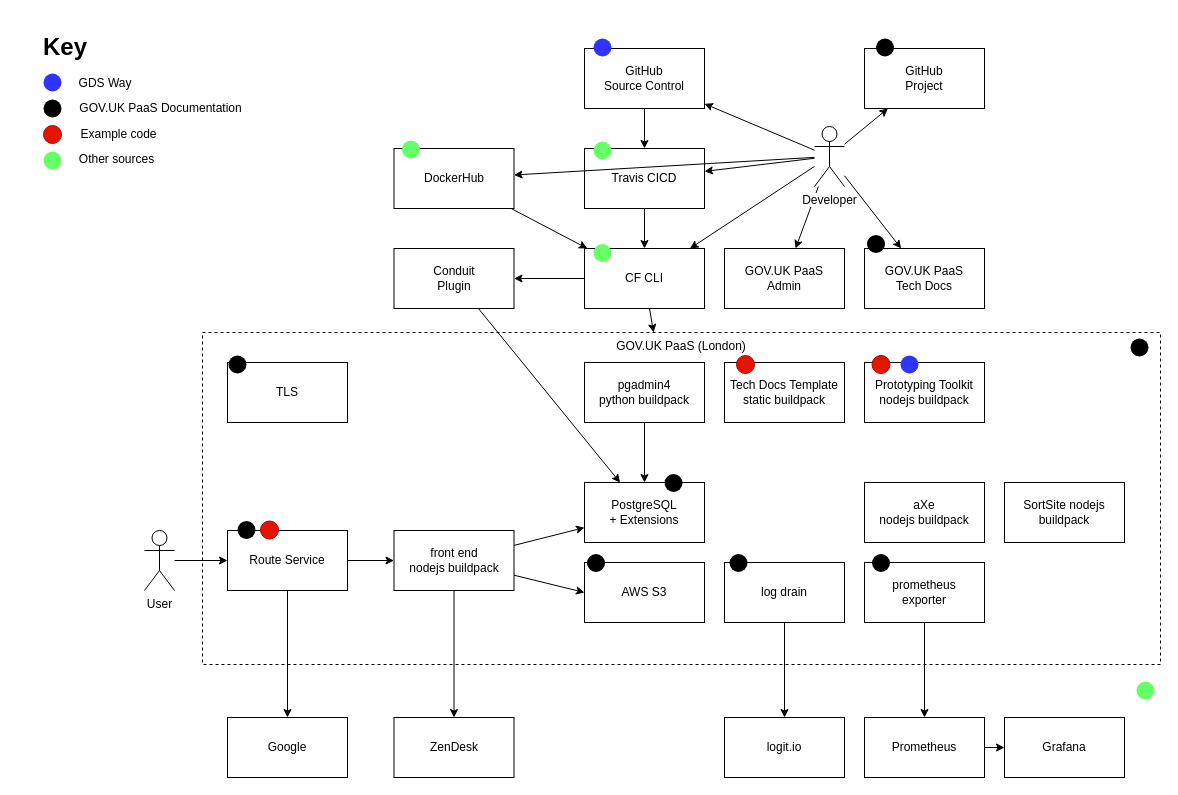
alphagov/accessibility-monitoring keeps this draw.io diagram as page "Sketch" (1 of 2) of docs/architecture/diagrams/paas-hosting.drawio. Above is the earlier version. Source tidied: cells renumbered, new cells numbered last; positions are measured from the earlier drawing's top-left corner, leaving out a move shared by most shapes. Both pictures are drawn from the tidied source at 100%, with x=0, y=0 at pixel (17, 27).
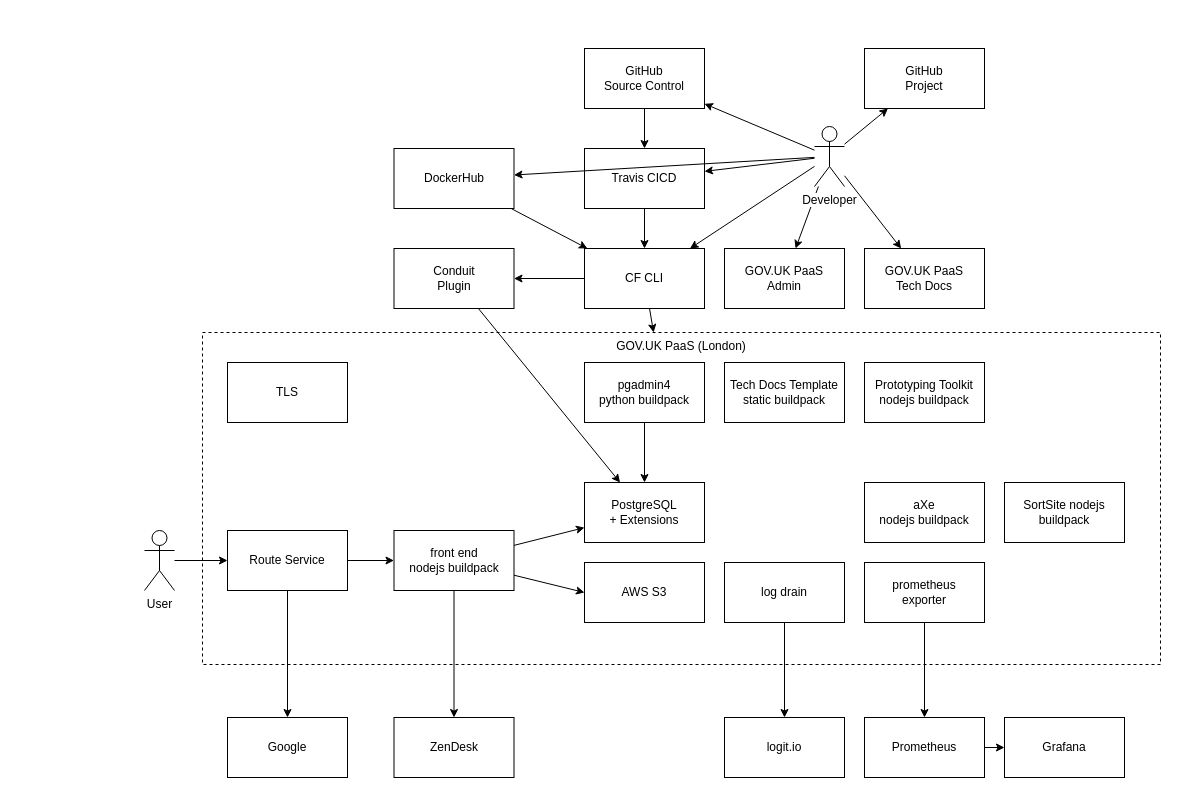
Above is the later version.

Change to the diagram source:
```diff
@@
-    <mxCell id="53" parent="0" />
-    <mxCell id="54" style="ellipse;whiteSpace=wrap;html=1;shadow=0;strokeColor=#B20000;fillColor=#e51400;fontFamily=Lucida Console;fontSize=12;fontColor=#ffffff;align=left;labelPosition=right;verticalLabelPosition=middle;verticalAlign=middle;" parent="53" vertex="1">
-      <mxGeometry x="719" y="328" width="18" height="18" as="geometry" />
-    </mxCell>
-    <mxCell id="55" style="ellipse;whiteSpace=wrap;html=1;shadow=0;strokeColor=#B20000;fillColor=#e51400;fontFamily=Lucida Console;fontSize=12;fontColor=#ffffff;align=left;labelPosition=right;verticalLabelPosition=middle;verticalAlign=middle;" parent="53" vertex="1">
-      <mxGeometry x="854.5" y="328" width="18" height="18" as="geometry" />
-    </mxCell>
-    <mxCell id="56" style="ellipse;whiteSpace=wrap;html=1;shadow=0;strokeColor=none;fillColor=#000000;fontFamily=Lucida Console;fontSize=12;fontColor=#ffffff;align=left;labelPosition=right;verticalLabelPosition=middle;verticalAlign=middle;" parent="53" vertex="1">
-      <mxGeometry x="858.5" y="11" width="18" height="18" as="geometry" />
-    </mxCell>
-    <mxCell id="57" style="ellipse;whiteSpace=wrap;html=1;shadow=0;strokeColor=none;fillColor=#000000;fontFamily=Lucida Console;fontSize=12;fontColor=#ffffff;align=left;labelPosition=right;verticalLabelPosition=middle;verticalAlign=middle;" parent="53" vertex="1">
-      <mxGeometry x="849.5" y="207.5" width="18" height="18" as="geometry" />
-    </mxCell>
-    <mxCell id="58" style="ellipse;whiteSpace=wrap;html=1;shadow=0;strokeColor=none;fillColor=#000000;fontFamily=Lucida Console;fontSize=12;fontColor=#ffffff;align=left;labelPosition=right;verticalLabelPosition=middle;verticalAlign=middle;" parent="53" vertex="1">
-      <mxGeometry x="647" y="446.5" width="18" height="18" as="geometry" />
-    </mxCell>
-    <mxCell id="59" style="ellipse;whiteSpace=wrap;html=1;shadow=0;strokeColor=none;fillColor=#3333FF;fontFamily=Lucida Console;fontSize=12;fontColor=#ffffff;align=left;labelPosition=right;verticalLabelPosition=middle;verticalAlign=middle;" parent="53" vertex="1">
-      <mxGeometry x="883" y="328" width="18" height="18" as="geometry" />
-    </mxCell>
-    <mxCell id="60" style="ellipse;whiteSpace=wrap;html=1;shadow=0;strokeColor=none;fillColor=#3333FF;fontFamily=Lucida Console;fontSize=12;fontColor=#ffffff;align=left;labelPosition=right;verticalLabelPosition=middle;verticalAlign=middle;" parent="53" vertex="1">
-      <mxGeometry x="576" y="11" width="18" height="18" as="geometry" />
-    </mxCell>
-    <mxCell id="61" value="&lt;h1&gt;Key&lt;/h1&gt;" style="text;html=1;strokeColor=none;fillColor=none;spacing=5;spacingTop=-20;whiteSpace=wrap;overflow=hidden;rounded=0;" parent="53" vertex="1">
-      <mxGeometry x="21" y="-0.5" width="190" height="41" as="geometry" />
-    </mxCell>
-    <mxCell id="62" value="GOV.UK PaaS Documentation" style="text;html=1;strokeColor=none;fillColor=none;align=center;verticalAlign=middle;whiteSpace=wrap;rounded=0;" parent="53" vertex="1">
-      <mxGeometry x="44" y="71" width="199" height="20" as="geometry" />
-    </mxCell>
-    <mxCell id="63" value="Example code" style="text;html=1;strokeColor=none;fillColor=none;align=center;verticalAlign=middle;whiteSpace=wrap;rounded=0;" parent="53" vertex="1">
-      <mxGeometry x="2" y="97" width="199" height="20" as="geometry" />
-    </mxCell>
-    <mxCell id="64" value="Other sources" style="text;html=1;strokeColor=none;fillColor=none;align=center;verticalAlign=middle;whiteSpace=wrap;rounded=0;" parent="53" vertex="1">
-      <mxGeometry y="122" width="199" height="20" as="geometry" />
-    </mxCell>
-    <mxCell id="65" style="ellipse;whiteSpace=wrap;html=1;shadow=0;strokeColor=none;fillColor=#000000;fontFamily=Lucida Console;fontSize=12;fontColor=#ffffff;align=left;labelPosition=right;verticalLabelPosition=middle;verticalAlign=middle;" parent="53" vertex="1">
-      <mxGeometry x="211" y="328" width="18" height="18" as="geometry" />
-    </mxCell>
-    <mxCell id="66" style="ellipse;whiteSpace=wrap;html=1;shadow=0;strokeColor=none;fillColor=#000000;fontFamily=Lucida Console;fontSize=12;fontColor=#ffffff;align=left;labelPosition=right;verticalLabelPosition=middle;verticalAlign=middle;" parent="53" vertex="1">
-      <mxGeometry x="569.5" y="526.5" width="18" height="18" as="geometry" />
-    </mxCell>
-    <mxCell id="67" style="ellipse;whiteSpace=wrap;html=1;shadow=0;strokeColor=none;fillColor=#000000;fontFamily=Lucida Console;fontSize=12;fontColor=#ffffff;align=left;labelPosition=right;verticalLabelPosition=middle;verticalAlign=middle;" parent="53" vertex="1">
-      <mxGeometry x="220" y="493.5" width="18" height="18" as="geometry" />
-    </mxCell>
-    <mxCell id="68" style="ellipse;whiteSpace=wrap;html=1;shadow=0;strokeColor=#B20000;fillColor=#e51400;fontFamily=Lucida Console;fontSize=12;fontColor=#ffffff;align=left;labelPosition=right;verticalLabelPosition=middle;verticalAlign=middle;" parent="53" vertex="1">
-      <mxGeometry x="243" y="493.5" width="18" height="18" as="geometry" />
-    </mxCell>
-    <mxCell id="69" style="ellipse;whiteSpace=wrap;html=1;shadow=0;strokeColor=none;fillColor=#000000;fontFamily=Lucida Console;fontSize=12;fontColor=#ffffff;align=left;labelPosition=right;verticalLabelPosition=middle;verticalAlign=middle;" parent="53" vertex="1">
-      <mxGeometry x="854.5" y="526.5" width="18" height="18" as="geometry" />
-    </mxCell>
-    <mxCell id="70" style="ellipse;whiteSpace=wrap;html=1;shadow=0;strokeColor=none;fillColor=#000000;fontFamily=Lucida Console;fontSize=12;fontColor=#ffffff;align=left;labelPosition=right;verticalLabelPosition=middle;verticalAlign=middle;" parent="53" vertex="1">
-      <mxGeometry x="712" y="526.5" width="18" height="18" as="geometry" />
-    </mxCell>
-    <mxCell id="71" value="GDS WAY" style="ellipse;whiteSpace=wrap;html=1;shadow=0;strokeColor=none;fillColor=#3333FF;fontFamily=Lucida Console;fontSize=12;fontColor=#ffffff;align=left;labelPosition=right;verticalLabelPosition=middle;verticalAlign=middle;" parent="53" vertex="1">
-      <mxGeometry x="26" y="46" width="18" height="18" as="geometry" />
-    </mxCell>
-    <mxCell id="72" value="GDS Way" style="text;html=1;strokeColor=none;fillColor=none;align=center;verticalAlign=middle;whiteSpace=wrap;rounded=0;" parent="53" vertex="1">
-      <mxGeometry x="16" y="46" width="144" height="20" as="geometry" />
-    </mxCell>
-    <mxCell id="73" style="ellipse;whiteSpace=wrap;html=1;shadow=0;strokeColor=none;fillColor=#000000;fontFamily=Lucida Console;fontSize=12;fontColor=#ffffff;align=left;labelPosition=right;verticalLabelPosition=middle;verticalAlign=middle;" parent="53" vertex="1">
-      <mxGeometry x="26" y="72" width="18" height="18" as="geometry" />
-    </mxCell>
-    <mxCell id="74" style="ellipse;whiteSpace=wrap;html=1;shadow=0;strokeColor=#B20000;fillColor=#e51400;fontFamily=Lucida Console;fontSize=12;fontColor=#ffffff;align=left;labelPosition=right;verticalLabelPosition=middle;verticalAlign=middle;" parent="53" vertex="1">
-      <mxGeometry x="26" y="98" width="18" height="18" as="geometry" />
-    </mxCell>
-    <mxCell id="75" style="ellipse;whiteSpace=wrap;html=1;shadow=0;strokeColor=none;fillColor=#66FF66;fontFamily=Lucida Console;fontSize=12;fontColor=#ffffff;align=left;labelPosition=right;verticalLabelPosition=middle;verticalAlign=middle;" parent="53" vertex="1">
-      <mxGeometry x="26" y="124" width="18" height="18" as="geometry" />
-    </mxCell>
-    <mxCell id="76" style="ellipse;whiteSpace=wrap;html=1;shadow=0;strokeColor=none;fillColor=#66FF66;fontFamily=Lucida Console;fontSize=12;fontColor=#ffffff;align=left;labelPosition=right;verticalLabelPosition=middle;verticalAlign=middle;" parent="53" vertex="1">
-      <mxGeometry x="576" y="216.5" width="18" height="18" as="geometry" />
-    </mxCell>
-    <mxCell id="77" style="ellipse;whiteSpace=wrap;html=1;shadow=0;strokeColor=none;fillColor=#66FF66;fontFamily=Lucida Console;fontSize=12;fontColor=#ffffff;align=left;labelPosition=right;verticalLabelPosition=middle;verticalAlign=middle;" parent="53" vertex="1">
-      <mxGeometry x="576" y="114" width="18" height="18" as="geometry" />
-    </mxCell>
-    <mxCell id="78" style="ellipse;whiteSpace=wrap;html=1;shadow=0;strokeColor=none;fillColor=#66FF66;fontFamily=Lucida Console;fontSize=12;fontColor=#ffffff;align=left;labelPosition=right;verticalLabelPosition=middle;verticalAlign=middle;" parent="53" vertex="1">
-      <mxGeometry x="384.5" y="113" width="18" height="18" as="geometry" />
-    </mxCell>
-    <mxCell id="79" style="ellipse;whiteSpace=wrap;html=1;shadow=0;strokeColor=none;fillColor=#66FF66;fontFamily=Lucida Console;fontSize=12;fontColor=#ffffff;align=left;labelPosition=right;verticalLabelPosition=middle;verticalAlign=middle;" parent="53" vertex="1">
-      <mxGeometry x="1119" y="654" width="18" height="18" as="geometry" />
-    </mxCell>
-    <mxCell id="80" style="ellipse;whiteSpace=wrap;html=1;shadow=0;strokeColor=none;fillColor=#000000;fontFamily=Lucida Console;fontSize=12;fontColor=#ffffff;align=left;labelPosition=right;verticalLabelPosition=middle;verticalAlign=middle;" parent="53" vertex="1">
-      <mxGeometry x="1113" y="311" width="18" height="18" as="geometry" />
-    </mxCell>
```
